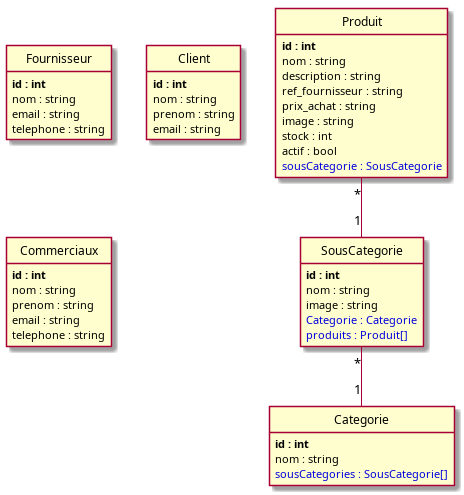
Above: puml/index.png in Alice2568/VillageGreen (PlantUML), before the change. Its source is kept beside it as puml/index.puml.
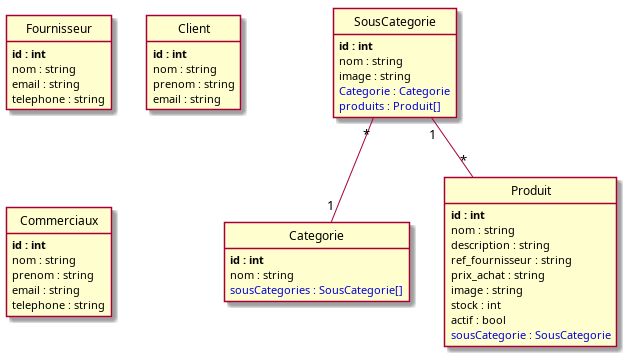
Above is the later version.

Change to the diagram source:
```diff
@@ -4,6 +4,20 @@
 	nom : string
 	email : string
 	telephone : string
+}
+
+class SousCategorie {
+	**id : int**
+	nom : string
+	image : string
+	<color:#0000dd>Categorie : Categorie</color>
+	<color:#0000dd>produits : Produit[]</color>
+}
+
+class Categorie {
+	**id : int**
+	nom : string
+	<color:#0000dd>sousCategories : SousCategorie[]</color>
 }
 
 class Client {
@@ -25,14 +39,6 @@
 	<color:#0000dd>sousCategorie : SousCategorie</color>
 }
 
-class SousCategorie {
-	**id : int**
-	nom : string
-	image : string
-	<color:#0000dd>Categorie : Categorie</color>
-	<color:#0000dd>produits : Produit[]</color>
-}
-
 class Commerciaux {
 	**id : int**
 	nom : string
@@ -41,14 +47,8 @@
 	telephone : string
 }
 
-class Categorie {
-	**id : int**
-	nom : string
-	<color:#0000dd>sousCategories : SousCategorie[]</color>
-}
-
-Produit "*"--"1" SousCategorie
 SousCategorie "*"--"1" Categorie
+SousCategorie "1"--"*" Produit
 
 
 hide methods
```
